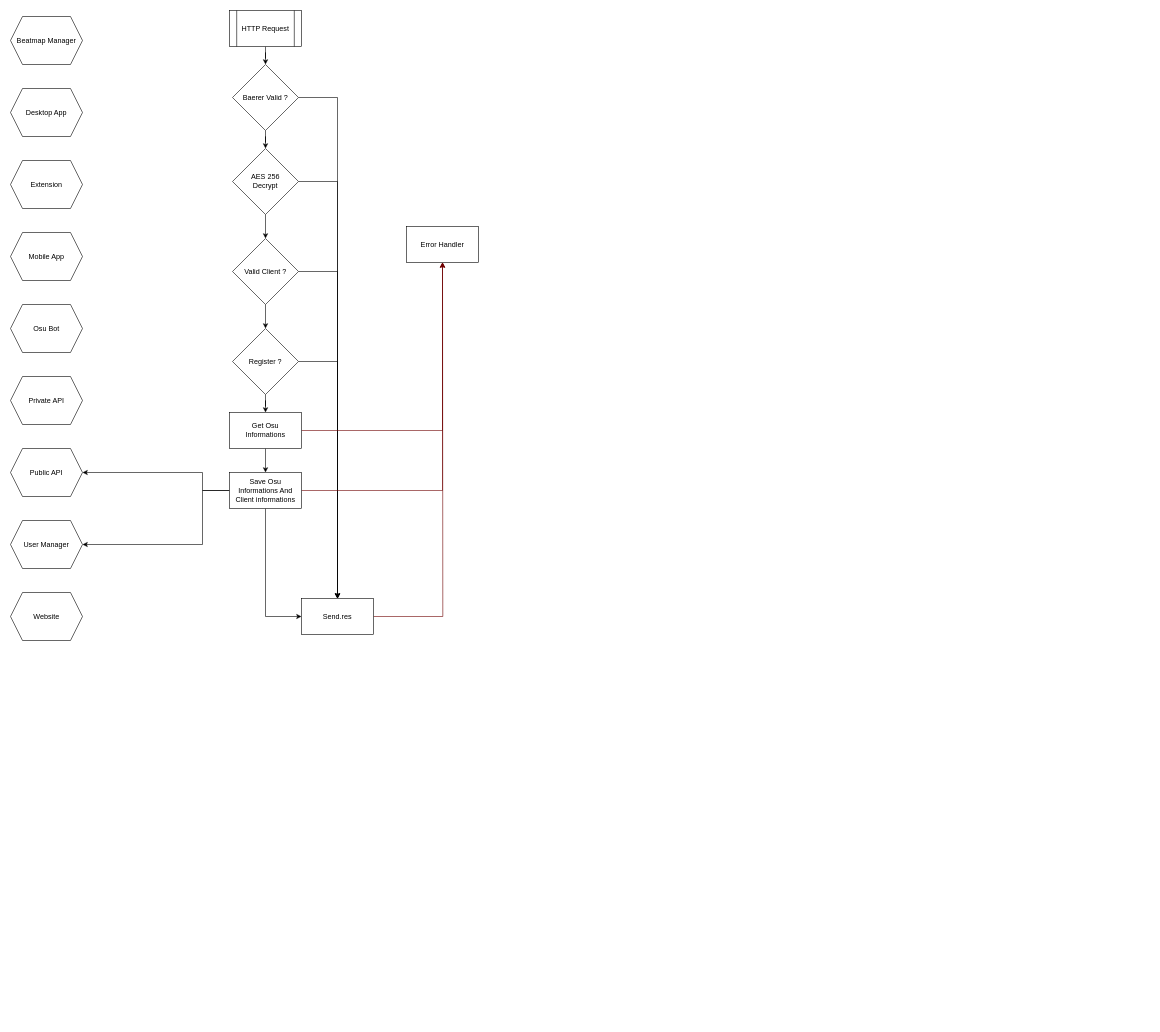
The draw.io diagram page "client_manager" (3 of 11) of BellaFiora.drawio in BellaFiora/BellaFiora, before the edit. Source tidied: cells renumbered, new cells numbered last; positions are measured from the earlier drawing's top-left corner, leaving out a move shared by most shapes. Both pictures are drawn from the tidied source at 60%, with x=0, y=0 at pixel (10, 10).
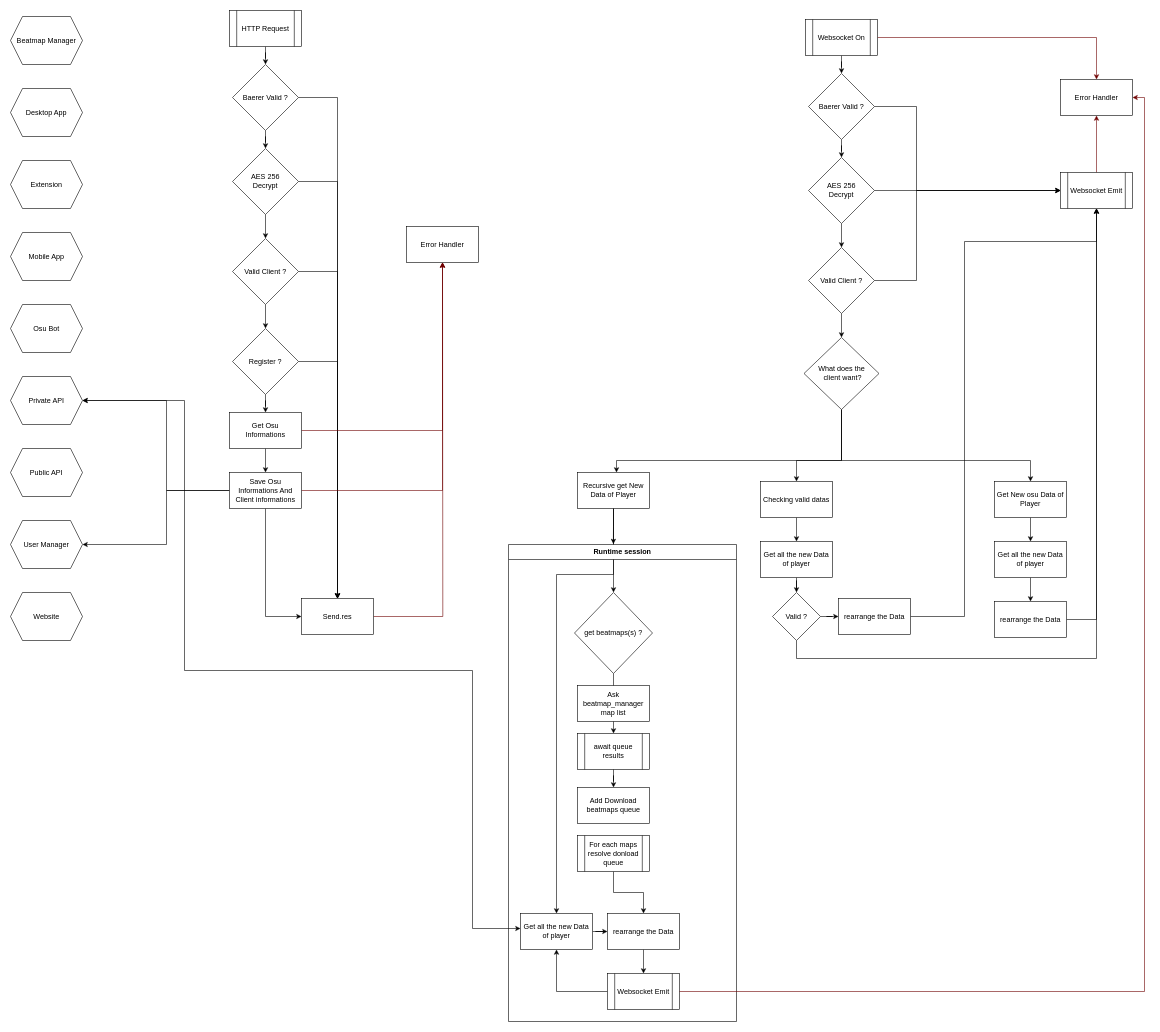
Above is the later version.

Commit message (it also covers changes not shown here):
Add Client Manager Flow

The change refers to these unchanged cells:
```xml
<mxCell id="7" value="Private API" style="shape=hexagon;perimeter=hexagonPerimeter2;whiteSpace=wrap;html=1;fixedSize=1;" parent="1" vertex="1">
  <mxGeometry y="610" width="120" height="80" as="geometry" />
</mxCell>
<mxCell id="8" value="Public API" style="shape=hexagon;perimeter=hexagonPerimeter2;whiteSpace=wrap;html=1;fixedSize=1;" parent="1" vertex="1">
  <mxGeometry y="730" width="120" height="80" as="geometry" />
</mxCell>
<mxCell id="9" value="User Manager" style="shape=hexagon;perimeter=hexagonPerimeter2;whiteSpace=wrap;html=1;fixedSize=1;" parent="1" vertex="1">
  <mxGeometry y="850" width="120" height="80" as="geometry" />
</mxCell>
<mxCell id="34" value="Save Osu Informations And Client informations" style="rounded=0;whiteSpace=wrap;html=1;" parent="1" vertex="1">
  <mxGeometry x="365" y="770" width="120" height="60" as="geometry" />
</mxCell>
```

Diff of the diagram source:
```diff
@@
     <mxCell id="32" style="edgeStyle=orthogonalEdgeStyle;rounded=0;jettySize=auto;html=1;entryX=1;entryY=0.5;entryDx=0;entryDy=0;" parent="1" edge="1" source="34" target="9">
       <mxGeometry relative="1" as="geometry">
         <Array as="points">
-          <mxPoint x="320" y="800" />
-          <mxPoint x="320" y="890" />
+          <mxPoint x="260" y="800" />
+          <mxPoint x="260" y="890" />
         </Array>
       </mxGeometry>
     </mxCell>
-    <mxCell id="33" style="edgeStyle=orthogonalEdgeStyle;rounded=0;jettySize=auto;html=1;entryX=1;entryY=0.5;entryDx=0;entryDy=0;" parent="1" edge="1" source="34" target="8">
-      <mxGeometry relative="1" as="geometry">
-        <Array as="points">
-          <mxPoint x="320" y="800" />
-          <mxPoint x="320" y="770" />
-        </Array>
-      </mxGeometry>
-    </mxCell>
+    <mxCell id="36" style="edgeStyle=orthogonalEdgeStyle;rounded=0;jettySize=auto;html=1;entryX=1;entryY=0.5;entryDx=0;entryDy=0;" parent="1" edge="1" source="34" target="7">
+      <mxGeometry relative="1" as="geometry">
+        <Array as="points">
+          <mxPoint x="260" y="800" />
+          <mxPoint x="260" y="650" />
+        </Array>
+      </mxGeometry>
+    </mxCell>
@@
+    <mxCell id="37" style="edgeStyle=orthogonalEdgeStyle;rounded=0;jettySize=auto;html=1;" parent="1" edge="1" source="39" target="42">
+      <mxGeometry relative="1" as="geometry" />
+    </mxCell>
+    <mxCell id="38" style="edgeStyle=orthogonalEdgeStyle;rounded=0;jettySize=auto;html=1;fillColor=#a20025;strokeColor=#6F0000;" parent="1" edge="1" source="39" target="51">
+      <mxGeometry relative="1" as="geometry" />
+    </mxCell>
+    <mxCell id="39" value="Websocket On" style="shape=process;whiteSpace=wrap;html=1;backgroundOutline=1;" parent="1" vertex="1">
+      <mxGeometry x="1325" y="15" width="120" height="60" as="geometry" />
+    </mxCell>
+    <mxCell id="40" style="edgeStyle=orthogonalEdgeStyle;rounded=0;jettySize=auto;html=1;" parent="1" edge="1" source="42" target="45">
+      <mxGeometry relative="1" as="geometry" />
+    </mxCell>
+    <mxCell id="41" style="edgeStyle=orthogonalEdgeStyle;rounded=0;jettySize=auto;html=1;entryX=0;entryY=0.5;entryDx=0;entryDy=0;" parent="1" edge="1" source="42" target="50">
+      <mxGeometry relative="1" as="geometry">
+        <Array as="points">
+          <mxPoint x="1510" y="160" />
+          <mxPoint x="1510" y="300" />
+        </Array>
+      </mxGeometry>
+    </mxCell>
+    <mxCell id="42" value="Baerer Valid ?" style="rhombus;whiteSpace=wrap;html=1;" parent="1" vertex="1">
+      <mxGeometry x="1330" y="105" width="110" height="110" as="geometry" />
+    </mxCell>
+    <mxCell id="43" style="edgeStyle=orthogonalEdgeStyle;rounded=0;jettySize=auto;html=1;" parent="1" edge="1" source="45" target="48">
+      <mxGeometry relative="1" as="geometry" />
+    </mxCell>
+    <mxCell id="44" style="edgeStyle=orthogonalEdgeStyle;rounded=0;jettySize=auto;html=1;entryX=0;entryY=0.5;entryDx=0;entryDy=0;" parent="1" edge="1" source="45" target="50">
+      <mxGeometry relative="1" as="geometry" />
+    </mxCell>
+    <mxCell id="45" value="AES 256&lt;br&gt;Decrypt" style="rhombus;whiteSpace=wrap;html=1;" parent="1" vertex="1">
+      <mxGeometry x="1330" y="245" width="110" height="110" as="geometry" />
+    </mxCell>
+    <mxCell id="46" style="edgeStyle=orthogonalEdgeStyle;rounded=0;jettySize=auto;html=1;" parent="1" edge="1" source="48" target="55">
+      <mxGeometry relative="1" as="geometry" />
+    </mxCell>
+    <mxCell id="47" style="edgeStyle=orthogonalEdgeStyle;rounded=0;jettySize=auto;html=1;entryX=0;entryY=0.5;entryDx=0;entryDy=0;" parent="1" edge="1" source="48" target="50">
+      <mxGeometry relative="1" as="geometry">
+        <Array as="points">
+          <mxPoint x="1510" y="450" />
+          <mxPoint x="1510" y="300" />
+        </Array>
+      </mxGeometry>
+    </mxCell>
+    <mxCell id="48" value="Valid Client ?" style="rhombus;whiteSpace=wrap;html=1;" parent="1" vertex="1">
+      <mxGeometry x="1330" y="395" width="110" height="110" as="geometry" />
+    </mxCell>
+    <mxCell id="49" style="edgeStyle=orthogonalEdgeStyle;rounded=0;jettySize=auto;html=1;fillColor=#a20025;strokeColor=#6F0000;" parent="1" edge="1" source="50" target="51">
+      <mxGeometry relative="1" as="geometry">
+        <Array as="points">
+          <mxPoint x="1810" y="120" />
+          <mxPoint x="1810" y="120" />
+        </Array>
+      </mxGeometry>
+    </mxCell>
+    <mxCell id="50" value="Websocket Emit" style="shape=process;whiteSpace=wrap;html=1;backgroundOutline=1;" parent="1" vertex="1">
+      <mxGeometry x="1750" y="270" width="120" height="60" as="geometry" />
+    </mxCell>
+    <mxCell id="51" value="Error Handler" style="rounded=0;whiteSpace=wrap;html=1;" parent="1" vertex="1">
+      <mxGeometry x="1750" y="115" width="120" height="60" as="geometry" />
+    </mxCell>
+    <mxCell id="52" style="edgeStyle=orthogonalEdgeStyle;rounded=0;jettySize=auto;html=1;entryX=0.5;entryY=0;entryDx=0;entryDy=0;" parent="1" edge="1" source="55" target="57">
+      <mxGeometry relative="1" as="geometry">
+        <Array as="points">
+          <mxPoint x="1385" y="750" />
+          <mxPoint x="1310" y="750" />
+        </Array>
+      </mxGeometry>
+    </mxCell>
+    <mxCell id="53" style="edgeStyle=orthogonalEdgeStyle;rounded=0;jettySize=auto;html=1;" parent="1" edge="1" source="55" target="60">
+      <mxGeometry relative="1" as="geometry">
+        <Array as="points">
+          <mxPoint x="1385" y="750" />
+          <mxPoint x="1010" y="750" />
+        </Array>
+      </mxGeometry>
+    </mxCell>
+    <mxCell id="54" style="edgeStyle=orthogonalEdgeStyle;rounded=0;jettySize=auto;html=1;entryX=0.5;entryY=0;entryDx=0;entryDy=0;" parent="1" edge="1" source="55" target="77">
+      <mxGeometry relative="1" as="geometry">
+        <Array as="points">
+          <mxPoint x="1385" y="750" />
+          <mxPoint x="1700" y="750" />
+        </Array>
+      </mxGeometry>
+    </mxCell>
+    <mxCell id="55" value="What does the&lt;br&gt;&amp;nbsp;client want?" style="rhombus;whiteSpace=wrap;html=1;" parent="1" vertex="1">
+      <mxGeometry x="1322.5" y="545" width="125" height="120" as="geometry" />
+    </mxCell>
+    <mxCell id="56" style="edgeStyle=orthogonalEdgeStyle;rounded=0;jettySize=auto;html=1;" parent="1" edge="1" source="57" target="83">
+      <mxGeometry relative="1" as="geometry" />
+    </mxCell>
+    <mxCell id="57" value="Checking valid datas" style="rounded=0;whiteSpace=wrap;html=1;" parent="1" vertex="1">
+      <mxGeometry x="1250" y="785" width="120" height="60" as="geometry" />
+    </mxCell>
+    <mxCell id="58" style="edgeStyle=orthogonalEdgeStyle;rounded=0;jettySize=auto;html=1;exitX=0.5;exitY=1;exitDx=0;exitDy=0;entryX=0.5;entryY=0;entryDx=0;entryDy=0;" parent="1" edge="1" source="60" target="63">
+      <mxGeometry relative="1" as="geometry">
+        <Array as="points">
+          <mxPoint x="1005" y="940" />
+          <mxPoint x="910" y="940" />
+        </Array>
+      </mxGeometry>
+    </mxCell>
+    <mxCell id="59" style="edgeStyle=orthogonalEdgeStyle;rounded=0;jettySize=auto;html=1;exitX=0.5;exitY=1;exitDx=0;exitDy=0;entryX=0.5;entryY=0;entryDx=0;entryDy=0;" parent="1" edge="1" source="60" target="69">
+      <mxGeometry relative="1" as="geometry" />
+    </mxCell>
+    <mxCell id="60" value="Recursive get New Data of Player" style="rounded=0;whiteSpace=wrap;html=1;" parent="1" vertex="1">
+      <mxGeometry x="945" y="770" width="120" height="60" as="geometry" />
+    </mxCell>
+    <mxCell id="61" value="Runtime session" style="swimlane;whiteSpace=wrap;html=1;startSize=25;" parent="1" vertex="1">
+      <mxGeometry x="830" y="890" width="380" height="795" as="geometry" />
+    </mxCell>
+    <mxCell id="62" style="edgeStyle=orthogonalEdgeStyle;rounded=0;jettySize=auto;html=1;entryX=0;entryY=0.5;entryDx=0;entryDy=0;" parent="61" edge="1" source="63" target="65">
+      <mxGeometry relative="1" as="geometry" />
+    </mxCell>
+    <mxCell id="63" value="Get all the new Data of player" style="rounded=0;whiteSpace=wrap;html=1;" parent="61" vertex="1">
+      <mxGeometry x="20" y="615" width="120" height="60" as="geometry" />
+    </mxCell>
+    <mxCell id="64" style="edgeStyle=orthogonalEdgeStyle;rounded=0;jettySize=auto;html=1;" parent="61" edge="1" source="65" target="67">
+      <mxGeometry relative="1" as="geometry" />
+    </mxCell>
+    <mxCell id="65" value="rearrange the Data" style="rounded=0;whiteSpace=wrap;html=1;" parent="61" vertex="1">
+      <mxGeometry x="165" y="615" width="120" height="60" as="geometry" />
+    </mxCell>
+    <mxCell id="66" style="edgeStyle=orthogonalEdgeStyle;rounded=0;jettySize=auto;html=1;entryX=0.5;entryY=1;entryDx=0;entryDy=0;" parent="61" edge="1" source="67" target="63">
+      <mxGeometry relative="1" as="geometry" />
+    </mxCell>
+    <mxCell id="67" value="Websocket Emit" style="shape=process;whiteSpace=wrap;html=1;backgroundOutline=1;" parent="61" vertex="1">
+      <mxGeometry x="165" y="715" width="120" height="60" as="geometry" />
+    </mxCell>
+    <mxCell id="68" style="edgeStyle=orthogonalEdgeStyle;rounded=0;jettySize=auto;html=1;" parent="61" edge="1" source="69" target="71">
+      <mxGeometry relative="1" as="geometry" />
+    </mxCell>
+    <mxCell id="69" value="get beatmaps(s) ?" style="rhombus;whiteSpace=wrap;html=1;" parent="61" vertex="1">
+      <mxGeometry x="110" y="80" width="130" height="135" as="geometry" />
+    </mxCell>
+    <mxCell id="70" value="Ask&lt;br&gt;beatmap_manager map list" style="rounded=0;whiteSpace=wrap;html=1;" parent="61" vertex="1">
+      <mxGeometry x="115" y="235" width="120" height="60" as="geometry" />
+    </mxCell>
+    <mxCell id="71" value="await queue results" style="shape=process;whiteSpace=wrap;html=1;backgroundOutline=1;" parent="61" vertex="1">
+      <mxGeometry x="115" y="315" width="120" height="60" as="geometry" />
+    </mxCell>
+    <mxCell id="72" value="Add Download &lt;br&gt;beatmaps queue" style="rounded=0;whiteSpace=wrap;html=1;" parent="61" vertex="1">
+      <mxGeometry x="115" y="405" width="120" height="60" as="geometry" />
+    </mxCell>
+    <mxCell id="73" style="edgeStyle=orthogonalEdgeStyle;rounded=0;jettySize=auto;html=1;" parent="61" edge="1" source="71" target="72">
+      <mxGeometry relative="1" as="geometry" />
+    </mxCell>
+    <mxCell id="74" style="edgeStyle=orthogonalEdgeStyle;rounded=0;jettySize=auto;html=1;" parent="61" edge="1" source="75" target="65">
+      <mxGeometry relative="1" as="geometry" />
+    </mxCell>
+    <mxCell id="75" value="For each maps resolve donload queue" style="shape=process;whiteSpace=wrap;html=1;backgroundOutline=1;" parent="61" vertex="1">
+      <mxGeometry x="115" y="485" width="120" height="60" as="geometry" />
+    </mxCell>
+    <mxCell id="76" style="edgeStyle=orthogonalEdgeStyle;rounded=0;jettySize=auto;html=1;" parent="1" edge="1" source="77" target="79">
+      <mxGeometry relative="1" as="geometry" />
+    </mxCell>
+    <mxCell id="77" value="Get New osu Data of Player" style="rounded=0;whiteSpace=wrap;html=1;" parent="1" vertex="1">
+      <mxGeometry x="1640" y="785" width="120" height="60" as="geometry" />
+    </mxCell>
+    <mxCell id="78" style="edgeStyle=orthogonalEdgeStyle;rounded=0;jettySize=auto;html=1;" parent="1" edge="1" source="79" target="81">
+      <mxGeometry relative="1" as="geometry" />
+    </mxCell>
+    <mxCell id="79" value="Get all the new Data of player" style="rounded=0;whiteSpace=wrap;html=1;" parent="1" vertex="1">
+      <mxGeometry x="1640" y="885" width="120" height="60" as="geometry" />
+    </mxCell>
+    <mxCell id="80" style="edgeStyle=orthogonalEdgeStyle;rounded=0;jettySize=auto;html=1;entryX=0.5;entryY=1;entryDx=0;entryDy=0;" parent="1" edge="1" source="81" target="50">
+      <mxGeometry relative="1" as="geometry">
+        <Array as="points">
+          <mxPoint x="1810" y="1015" />
+        </Array>
+      </mxGeometry>
+    </mxCell>
+    <mxCell id="81" value="rearrange the Data" style="rounded=0;whiteSpace=wrap;html=1;" parent="1" vertex="1">
+      <mxGeometry x="1640" y="985" width="120" height="60" as="geometry" />
+    </mxCell>
+    <mxCell id="82" style="edgeStyle=orthogonalEdgeStyle;rounded=0;jettySize=auto;html=1;" parent="1" edge="1" source="83" target="86">
+      <mxGeometry relative="1" as="geometry" />
+    </mxCell>
+    <mxCell id="83" value="Get all the new Data of player" style="rounded=0;whiteSpace=wrap;html=1;" parent="1" vertex="1">
+      <mxGeometry x="1250" y="885" width="120" height="60" as="geometry" />
+    </mxCell>
+    <mxCell id="84" style="edgeStyle=orthogonalEdgeStyle;rounded=0;jettySize=auto;html=1;" parent="1" edge="1" source="86" target="88">
+      <mxGeometry relative="1" as="geometry" />
+    </mxCell>
+    <mxCell id="85" style="edgeStyle=orthogonalEdgeStyle;rounded=0;jettySize=auto;html=1;entryX=0.5;entryY=1;entryDx=0;entryDy=0;" parent="1" edge="1" source="86" target="50">
+      <mxGeometry relative="1" as="geometry">
+        <Array as="points">
+          <mxPoint x="1310" y="1080" />
+          <mxPoint x="1810" y="1080" />
+        </Array>
+      </mxGeometry>
+    </mxCell>
+    <mxCell id="86" value="Valid ?" style="rhombus;whiteSpace=wrap;html=1;" parent="1" vertex="1">
+      <mxGeometry x="1270" y="970" width="80" height="80" as="geometry" />
+    </mxCell>
+    <mxCell id="87" style="edgeStyle=orthogonalEdgeStyle;rounded=0;jettySize=auto;html=1;entryX=0.5;entryY=1;entryDx=0;entryDy=0;" parent="1" edge="1" source="88" target="50">
+      <mxGeometry relative="1" as="geometry">
+        <Array as="points">
+          <mxPoint x="1590" y="1010" />
+          <mxPoint x="1590" y="385" />
+          <mxPoint x="1810" y="385" />
+        </Array>
+      </mxGeometry>
+    </mxCell>
+    <mxCell id="88" value="rearrange the Data" style="rounded=0;whiteSpace=wrap;html=1;" parent="1" vertex="1">
+      <mxGeometry x="1380" y="980" width="120" height="60" as="geometry" />
+    </mxCell>
+    <mxCell id="89" style="edgeStyle=orthogonalEdgeStyle;rounded=0;jettySize=auto;html=1;entryX=1;entryY=0.5;entryDx=0;entryDy=0;startArrow=classic;startFill=1;" parent="1" edge="1" source="63" target="7">
+      <mxGeometry relative="1" as="geometry">
+        <Array as="points">
+          <mxPoint x="770" y="1530" />
+          <mxPoint x="770" y="1100" />
+          <mxPoint x="290" y="1100" />
+          <mxPoint x="290" y="650" />
+        </Array>
+      </mxGeometry>
+    </mxCell>
+    <mxCell id="90" style="edgeStyle=orthogonalEdgeStyle;rounded=0;jettySize=auto;html=1;entryX=0.46;entryY=-0.001;entryDx=0;entryDy=0;entryPerimeter=0;" parent="1" edge="1" source="60" target="61">
+      <mxGeometry relative="1" as="geometry" />
+    </mxCell>
+    <mxCell id="91" style="edgeStyle=orthogonalEdgeStyle;rounded=0;jettySize=auto;html=1;entryX=1;entryY=0.5;entryDx=0;entryDy=0;fillColor=#a20025;strokeColor=#6F0000;" parent="1" edge="1" source="67" target="51">
+      <mxGeometry relative="1" as="geometry" />
+    </mxCell>
```
